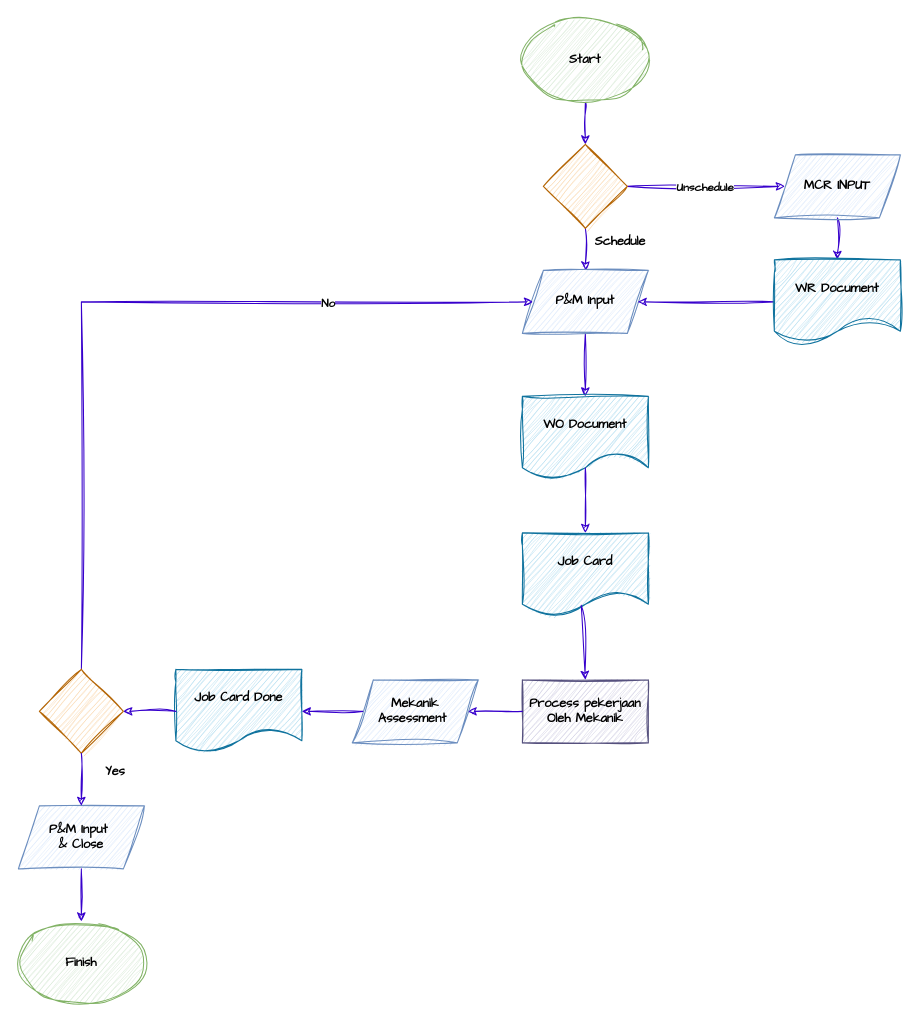
Above: flowchart WO.drawio in ignafransdstn/social (draw.io), before the change. Source tidied: cells renumbered, new cells numbered last; positions are measured from the earlier drawing's top-left corner, leaving out a move shared by most shapes. Both pictures are drawn from the tidied source at 105%, with x=0, y=0 at pixel (18, 18).
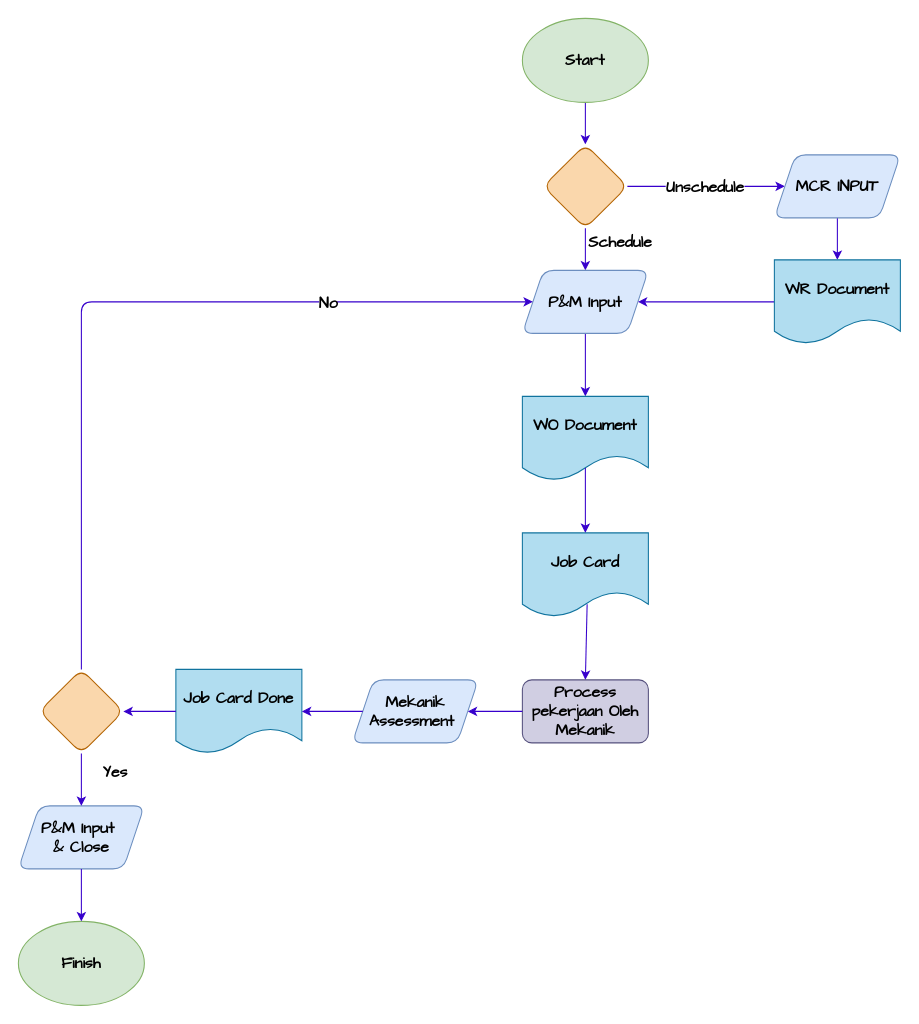
Above is the later version.

What changed in the source:
```diff
@@
-    <mxCell id="2" style="edgeStyle=orthogonalEdgeStyle;rounded=0;sketch=1;hachureGap=4;jiggle=2;curveFitting=1;jettySize=auto;html=1;exitX=0.5;exitY=1;exitDx=0;exitDy=0;entryX=0.5;entryY=0;entryDx=0;entryDy=0;fontFamily=Architects Daughter;fillColor=#6a00ff;strokeColor=#3700CC;" parent="1" edge="1" source="3" target="7">
+    <mxCell id="2" style="edgeStyle=orthogonalEdgeStyle;rounded=1;hachureGap=4;jettySize=auto;html=1;exitX=0.5;exitY=1;exitDx=0;exitDy=0;entryX=0.5;entryY=0;entryDx=0;entryDy=0;fontFamily=Architects Daughter;fillColor=#6a00ff;strokeColor=#3700CC;fontSize=15;" parent="1" edge="1" source="3" target="7">
       <mxGeometry relative="1" as="geometry" />
     </mxCell>
-    <mxCell id="3" value="&lt;b&gt;Start&lt;/b&gt;" style="ellipse;whiteSpace=wrap;html=1;sketch=1;hachureGap=4;jiggle=2;curveFitting=1;fontFamily=Architects Daughter;fillColor=#d5e8d4;strokeColor=#82b366;" parent="1" vertex="1">
+    <mxCell id="3" value="&lt;b style=&quot;font-size: 15px;&quot;&gt;Start&lt;/b&gt;" style="ellipse;whiteSpace=wrap;html=1;hachureGap=4;fontFamily=Architects Daughter;fillColor=#d5e8d4;strokeColor=#82b366;rounded=1;fontSize=15;" parent="1" vertex="1">
       <mxGeometry x="480" width="120" height="80" as="geometry" />
     </mxCell>
-    <mxCell id="4" style="edgeStyle=orthogonalEdgeStyle;rounded=0;sketch=1;hachureGap=4;jiggle=2;curveFitting=1;jettySize=auto;html=1;exitX=1;exitY=0.5;exitDx=0;exitDy=0;entryX=0;entryY=0.5;entryDx=0;entryDy=0;fontFamily=Architects Daughter;fillColor=#6a00ff;strokeColor=#3700CC;" parent="1" edge="1" source="7" target="10">
+    <mxCell id="4" style="edgeStyle=orthogonalEdgeStyle;rounded=1;hachureGap=4;jettySize=auto;html=1;exitX=1;exitY=0.5;exitDx=0;exitDy=0;entryX=0;entryY=0.5;entryDx=0;entryDy=0;fontFamily=Architects Daughter;fillColor=#6a00ff;strokeColor=#3700CC;fontSize=15;" parent="1" edge="1" source="7" target="10">
       <mxGeometry relative="1" as="geometry" />
     </mxCell>
-    <mxCell id="5" value="&lt;b&gt;Unschedule&lt;/b&gt;" style="edgeLabel;html=1;align=center;verticalAlign=middle;sketch=1;hachureGap=4;jiggle=2;curveFitting=1;fontFamily=Architects Daughter;" parent="4" vertex="1">
+    <mxCell id="5" value="&lt;b style=&quot;font-size: 15px;&quot;&gt;Unschedule&lt;/b&gt;" style="edgeLabel;html=1;align=center;verticalAlign=middle;hachureGap=4;fontFamily=Architects Daughter;rounded=1;fontSize=15;" parent="4" vertex="1">
       <mxGeometry x="-0.35" y="-3" relative="1" as="geometry">
         <mxPoint x="24" y="-3" as="offset" />
       </mxGeometry>
     </mxCell>
-    <mxCell id="6" style="edgeStyle=orthogonalEdgeStyle;rounded=0;sketch=1;hachureGap=4;jiggle=2;curveFitting=1;jettySize=auto;html=1;exitX=0.5;exitY=1;exitDx=0;exitDy=0;entryX=0.5;entryY=0;entryDx=0;entryDy=0;fontFamily=Architects Daughter;fillColor=#6a00ff;strokeColor=#3700CC;" parent="1" edge="1" source="7" target="12">
+    <mxCell id="6" style="edgeStyle=orthogonalEdgeStyle;rounded=1;hachureGap=4;jettySize=auto;html=1;exitX=0.5;exitY=1;exitDx=0;exitDy=0;entryX=0.5;entryY=0;entryDx=0;entryDy=0;fontFamily=Architects Daughter;fillColor=#6a00ff;strokeColor=#3700CC;fontSize=15;" parent="1" edge="1" source="7" target="12">
       <mxGeometry relative="1" as="geometry" />
     </mxCell>
-    <mxCell id="7" style="rhombus;whiteSpace=wrap;html=1;sketch=1;hachureGap=4;jiggle=2;curveFitting=1;fontFamily=Architects Daughter;fillColor=#fad7ac;strokeColor=#b46504;" parent="1" vertex="1">
+    <mxCell id="7" style="rhombus;whiteSpace=wrap;html=1;hachureGap=4;fontFamily=Architects Daughter;fillColor=#fad7ac;strokeColor=#b46504;rounded=1;fontSize=15;" parent="1" vertex="1">
       <mxGeometry x="500" y="120" width="80" height="80" as="geometry" />
     </mxCell>
-    <mxCell id="8" value="&lt;b&gt;Process pekerjaan Oleh Mekanik&lt;/b&gt;" style="rounded=0;whiteSpace=wrap;html=1;sketch=1;hachureGap=4;jiggle=2;curveFitting=1;fontFamily=Architects Daughter;fillColor=#d0cee2;strokeColor=#56517e;" parent="1" vertex="1">
+    <mxCell id="8" value="&lt;b style=&quot;font-size: 15px;&quot;&gt;Process pekerjaan Oleh Mekanik&lt;/b&gt;" style="rounded=1;whiteSpace=wrap;html=1;hachureGap=4;fontFamily=Architects Daughter;fillColor=#d0cee2;strokeColor=#56517e;fontSize=15;" parent="1" vertex="1">
       <mxGeometry x="480" y="630" width="120" height="60" as="geometry" />
     </mxCell>
-    <mxCell id="9" style="edgeStyle=orthogonalEdgeStyle;rounded=0;sketch=1;hachureGap=4;jiggle=2;curveFitting=1;jettySize=auto;html=1;exitX=0.5;exitY=1;exitDx=0;exitDy=0;entryX=0.5;entryY=0;entryDx=0;entryDy=0;fontFamily=Architects Daughter;fillColor=#6a00ff;strokeColor=#3700CC;" parent="1" edge="1" source="10" target="14">
+    <mxCell id="9" style="edgeStyle=orthogonalEdgeStyle;rounded=1;hachureGap=4;jettySize=auto;html=1;exitX=0.5;exitY=1;exitDx=0;exitDy=0;entryX=0.5;entryY=0;entryDx=0;entryDy=0;fontFamily=Architects Daughter;fillColor=#6a00ff;strokeColor=#3700CC;fontSize=15;" parent="1" edge="1" source="10" target="14">
       <mxGeometry relative="1" as="geometry" />
     </mxCell>
-    <mxCell id="10" value="&lt;b&gt;MCR INPUT&lt;/b&gt;" style="shape=parallelogram;perimeter=parallelogramPerimeter;whiteSpace=wrap;html=1;fixedSize=1;sketch=1;hachureGap=4;jiggle=2;curveFitting=1;fontFamily=Architects Daughter;fillColor=#dae8fc;strokeColor=#6c8ebf;" parent="1" vertex="1">
+    <mxCell id="10" value="&lt;b style=&quot;font-size: 15px;&quot;&gt;MCR INPUT&lt;/b&gt;" style="shape=parallelogram;perimeter=parallelogramPerimeter;whiteSpace=wrap;html=1;fixedSize=1;hachureGap=4;fontFamily=Architects Daughter;fillColor=#dae8fc;strokeColor=#6c8ebf;rounded=1;fontSize=15;" parent="1" vertex="1">
       <mxGeometry x="720" y="130" width="120" height="60" as="geometry" />
     </mxCell>
-    <mxCell id="11" style="edgeStyle=orthogonalEdgeStyle;rounded=0;sketch=1;hachureGap=4;jiggle=2;curveFitting=1;jettySize=auto;html=1;exitX=0.5;exitY=1;exitDx=0;exitDy=0;entryX=0.5;entryY=0;entryDx=0;entryDy=0;fontFamily=Architects Daughter;fillColor=#6a00ff;strokeColor=#3700CC;" parent="1" edge="1" source="12" target="15">
+    <mxCell id="11" style="edgeStyle=orthogonalEdgeStyle;rounded=1;hachureGap=4;jettySize=auto;html=1;exitX=0.5;exitY=1;exitDx=0;exitDy=0;entryX=0.5;entryY=0;entryDx=0;entryDy=0;fontFamily=Architects Daughter;fillColor=#6a00ff;strokeColor=#3700CC;fontSize=15;" parent="1" edge="1" source="12" target="15">
       <mxGeometry relative="1" as="geometry" />
     </mxCell>
-    <mxCell id="12" value="&lt;b&gt;P&amp;amp;M Input&lt;/b&gt;" style="shape=parallelogram;perimeter=parallelogramPerimeter;whiteSpace=wrap;html=1;fixedSize=1;sketch=1;hachureGap=4;jiggle=2;curveFitting=1;fontFamily=Architects Daughter;fillColor=#dae8fc;strokeColor=#6c8ebf;" parent="1" vertex="1">
+    <mxCell id="12" value="&lt;b style=&quot;font-size: 15px;&quot;&gt;P&amp;amp;M Input&lt;/b&gt;" style="shape=parallelogram;perimeter=parallelogramPerimeter;whiteSpace=wrap;html=1;fixedSize=1;hachureGap=4;fontFamily=Architects Daughter;fillColor=#dae8fc;strokeColor=#6c8ebf;rounded=1;fontSize=15;" parent="1" vertex="1">
       <mxGeometry x="480" y="240" width="120" height="60" as="geometry" />
     </mxCell>
-    <mxCell id="13" style="edgeStyle=orthogonalEdgeStyle;rounded=0;sketch=1;hachureGap=4;jiggle=2;curveFitting=1;jettySize=auto;html=1;exitX=0;exitY=0.5;exitDx=0;exitDy=0;entryX=1;entryY=0.5;entryDx=0;entryDy=0;fontFamily=Architects Daughter;fillColor=#6a00ff;strokeColor=#3700CC;" parent="1" edge="1" source="14" target="12">
+    <mxCell id="13" style="edgeStyle=orthogonalEdgeStyle;rounded=1;hachureGap=4;jettySize=auto;html=1;exitX=0;exitY=0.5;exitDx=0;exitDy=0;entryX=1;entryY=0.5;entryDx=0;entryDy=0;fontFamily=Architects Daughter;fillColor=#6a00ff;strokeColor=#3700CC;fontSize=15;" parent="1" edge="1" source="14" target="12">
       <mxGeometry relative="1" as="geometry" />
     </mxCell>
-    <mxCell id="14" value="&lt;b&gt;WR Document&lt;/b&gt;" style="shape=document;whiteSpace=wrap;html=1;boundedLbl=1;sketch=1;hachureGap=4;jiggle=2;curveFitting=1;fontFamily=Architects Daughter;fillColor=#b1ddf0;strokeColor=#10739e;" parent="1" vertex="1">
+    <mxCell id="14" value="&lt;b style=&quot;font-size: 15px;&quot;&gt;WR Document&lt;/b&gt;" style="shape=document;whiteSpace=wrap;html=1;boundedLbl=1;hachureGap=4;fontFamily=Architects Daughter;fillColor=#b1ddf0;strokeColor=#10739e;rounded=1;fontSize=15;" parent="1" vertex="1">
       <mxGeometry x="720" y="230" width="120" height="80" as="geometry" />
     </mxCell>
-    <mxCell id="15" value="&lt;b&gt;WO Document&lt;/b&gt;" style="shape=document;whiteSpace=wrap;html=1;boundedLbl=1;sketch=1;hachureGap=4;jiggle=2;curveFitting=1;fontFamily=Architects Daughter;fillColor=#b1ddf0;strokeColor=#10739e;" parent="1" vertex="1">
+    <mxCell id="15" value="&lt;b style=&quot;font-size: 15px;&quot;&gt;WO Document&lt;/b&gt;" style="shape=document;whiteSpace=wrap;html=1;boundedLbl=1;hachureGap=4;fontFamily=Architects Daughter;fillColor=#b1ddf0;strokeColor=#10739e;rounded=1;fontSize=15;" parent="1" vertex="1">
       <mxGeometry x="480" y="360" width="120" height="80" as="geometry" />
     </mxCell>
-    <mxCell id="16" value="&lt;b&gt;Job Card&lt;/b&gt;" style="shape=document;whiteSpace=wrap;html=1;boundedLbl=1;sketch=1;hachureGap=4;jiggle=2;curveFitting=1;fontFamily=Architects Daughter;fillColor=#b1ddf0;strokeColor=#10739e;" parent="1" vertex="1">
+    <mxCell id="16" value="&lt;b style=&quot;font-size: 15px;&quot;&gt;Job Card&lt;/b&gt;" style="shape=document;whiteSpace=wrap;html=1;boundedLbl=1;hachureGap=4;fontFamily=Architects Daughter;fillColor=#b1ddf0;strokeColor=#10739e;rounded=1;fontSize=15;" parent="1" vertex="1">
       <mxGeometry x="480" y="490" width="120" height="80" as="geometry" />
     </mxCell>
-    <mxCell id="17" style="edgeStyle=orthogonalEdgeStyle;rounded=0;sketch=1;hachureGap=4;jiggle=2;curveFitting=1;jettySize=auto;html=1;entryX=0;entryY=0.5;entryDx=0;entryDy=0;fontFamily=Architects Daughter;fillColor=#6a00ff;strokeColor=#3700CC;fontStyle=1;exitX=0.5;exitY=0;exitDx=0;exitDy=0;" parent="1" edge="1" source="19" target="12">
+    <mxCell id="17" style="edgeStyle=orthogonalEdgeStyle;rounded=1;hachureGap=4;jettySize=auto;html=1;entryX=0;entryY=0.5;entryDx=0;entryDy=0;fontFamily=Architects Daughter;fillColor=#6a00ff;strokeColor=#3700CC;fontStyle=1;exitX=0.5;exitY=0;exitDx=0;exitDy=0;fontSize=15;" parent="1" edge="1" source="19" target="12">
       <mxGeometry relative="1" as="geometry">
         <Array as="points">
           <mxPoint x="60" y="270" />
         </Array>
       </mxGeometry>
     </mxCell>
-    <mxCell id="18" value="No" style="edgeLabel;html=1;align=center;verticalAlign=middle;sketch=1;hachureGap=4;jiggle=2;curveFitting=1;fontFamily=Architects Daughter;fontStyle=1;" parent="17" vertex="1">
+    <mxCell id="18" value="No" style="edgeLabel;html=1;align=center;verticalAlign=middle;hachureGap=4;fontFamily=Architects Daughter;fontStyle=1;rounded=1;fontSize=15;" parent="17" vertex="1">
       <mxGeometry x="0.72" relative="1" as="geometry">
         <mxPoint x="-87" as="offset" />
       </mxGeometry>
     </mxCell>
-    <mxCell id="19" style="rhombus;whiteSpace=wrap;html=1;sketch=1;hachureGap=4;jiggle=2;curveFitting=1;fontFamily=Architects Daughter;fillColor=#fad7ac;strokeColor=#b46504;" parent="1" vertex="1">
+    <mxCell id="19" style="rhombus;whiteSpace=wrap;html=1;hachureGap=4;fontFamily=Architects Daughter;fillColor=#fad7ac;strokeColor=#b46504;rounded=1;fontSize=15;" parent="1" vertex="1">
       <mxGeometry x="20" y="620" width="80" height="80" as="geometry" />
     </mxCell>
-    <mxCell id="20" style="endArrow=classic;html=1;rounded=0;sketch=1;hachureGap=4;jiggle=2;curveFitting=1;fontFamily=Architects Daughter;exitX=0.467;exitY=0.863;exitDx=0;exitDy=0;exitPerimeter=0;entryX=0.5;entryY=0;entryDx=0;entryDy=0;fillColor=#6a00ff;strokeColor=#3700CC;" parent="1" edge="1" source="16" target="8">
+    <mxCell id="20" style="endArrow=classic;html=1;rounded=1;hachureGap=4;fontFamily=Architects Daughter;exitX=0.514;exitY=0.85;exitDx=0;exitDy=0;exitPerimeter=0;entryX=0.5;entryY=0;entryDx=0;entryDy=0;fillColor=#6a00ff;strokeColor=#3700CC;fontSize=15;" parent="1" edge="1" source="16" target="8">
       <mxGeometry relative="1" as="geometry" />
     </mxCell>
-    <mxCell id="21" style="endArrow=classic;html=1;rounded=0;sketch=1;hachureGap=4;jiggle=2;curveFitting=1;fontFamily=Architects Daughter;exitX=0.5;exitY=0.854;exitDx=0;exitDy=0;exitPerimeter=0;entryX=0.5;entryY=0;entryDx=0;entryDy=0;fillColor=#6a00ff;strokeColor=#3700CC;" parent="1" edge="1" source="15" target="16">
+    <mxCell id="21" style="endArrow=classic;html=1;rounded=1;hachureGap=4;fontFamily=Architects Daughter;exitX=0.5;exitY=0.854;exitDx=0;exitDy=0;exitPerimeter=0;entryX=0.5;entryY=0;entryDx=0;entryDy=0;fillColor=#6a00ff;strokeColor=#3700CC;fontSize=15;" parent="1" edge="1" source="15" target="16">
       <mxGeometry relative="1" as="geometry" />
     </mxCell>
-    <mxCell id="22" value="&lt;b&gt;Finish&lt;/b&gt;" style="ellipse;whiteSpace=wrap;html=1;sketch=1;hachureGap=4;jiggle=2;curveFitting=1;fontFamily=Architects Daughter;fillColor=#d5e8d4;strokeColor=#82b366;" parent="1" vertex="1">
+    <mxCell id="22" value="&lt;b style=&quot;font-size: 15px;&quot;&gt;Finish&lt;/b&gt;" style="ellipse;whiteSpace=wrap;html=1;hachureGap=4;fontFamily=Architects Daughter;fillColor=#d5e8d4;strokeColor=#82b366;rounded=1;fontSize=15;" parent="1" vertex="1">
       <mxGeometry y="860" width="120" height="80" as="geometry" />
     </mxCell>
-    <mxCell id="23" value="&lt;b&gt;Schedule&lt;/b&gt;" style="text;html=1;align=center;verticalAlign=middle;strokeColor=none;fillColor=none;fontFamily=Architects Daughter;" parent="1" vertex="1">
-      <mxGeometry x="538" y="198" width="70" height="30" as="geometry" />
+    <mxCell id="23" value="&lt;b style=&quot;font-size: 15px;&quot;&gt;Schedule&lt;/b&gt;" style="text;html=1;align=center;verticalAlign=middle;strokeColor=none;fillColor=none;fontFamily=Architects Daughter;rounded=1;fontSize=15;" parent="1" vertex="1">
+      <mxGeometry x="533" y="198" width="80" height="30" as="geometry" />
     </mxCell>
-    <mxCell id="24" value="&lt;b&gt;Yes&lt;/b&gt;" style="text;html=1;align=center;verticalAlign=middle;strokeColor=none;fillColor=none;fontFamily=Architects Daughter;" parent="1" vertex="1">
-      <mxGeometry x="72" y="703" width="40" height="30" as="geometry" />
+    <mxCell id="24" value="&lt;b style=&quot;font-size: 15px;&quot;&gt;Yes&lt;/b&gt;" style="text;html=1;align=center;verticalAlign=middle;strokeColor=none;fillColor=none;fontFamily=Architects Daughter;rounded=1;fontSize=15;" parent="1" vertex="1">
+      <mxGeometry x="67" y="703" width="50" height="30" as="geometry" />
     </mxCell>
-    <mxCell id="25" value="&lt;b&gt;Job Card Done&lt;/b&gt;" style="shape=document;whiteSpace=wrap;html=1;boundedLbl=1;sketch=1;hachureGap=4;jiggle=2;curveFitting=1;fontFamily=Architects Daughter;fillColor=#b1ddf0;strokeColor=#10739e;" parent="1" vertex="1">
+    <mxCell id="25" value="&lt;b style=&quot;font-size: 15px;&quot;&gt;Job Card Done&lt;/b&gt;" style="shape=document;whiteSpace=wrap;html=1;boundedLbl=1;hachureGap=4;fontFamily=Architects Daughter;fillColor=#b1ddf0;strokeColor=#10739e;rounded=1;fontSize=15;" parent="1" vertex="1">
       <mxGeometry x="150" y="620" width="120" height="80" as="geometry" />
     </mxCell>
-    <mxCell id="26" style="edgeStyle=orthogonalEdgeStyle;rounded=0;sketch=1;hachureGap=4;jiggle=2;curveFitting=1;jettySize=auto;html=1;exitX=0;exitY=0.5;exitDx=0;exitDy=0;fontFamily=Architects Daughter;fillColor=#6a00ff;strokeColor=#3700CC;entryX=1;entryY=0.5;entryDx=0;entryDy=0;" parent="1" edge="1" source="8" target="27">
+    <mxCell id="26" style="edgeStyle=orthogonalEdgeStyle;rounded=1;hachureGap=4;jettySize=auto;html=1;exitX=0;exitY=0.5;exitDx=0;exitDy=0;fontFamily=Architects Daughter;fillColor=#6a00ff;strokeColor=#3700CC;entryX=1;entryY=0.5;entryDx=0;entryDy=0;fontSize=15;" parent="1" edge="1" source="8" target="27">
       <mxGeometry relative="1" as="geometry" />
     </mxCell>
-    <mxCell id="27" value="&lt;b&gt;Mekanik Assessment&amp;nbsp;&lt;/b&gt;" style="shape=parallelogram;perimeter=parallelogramPerimeter;whiteSpace=wrap;html=1;fixedSize=1;sketch=1;hachureGap=4;jiggle=2;curveFitting=1;fontFamily=Architects Daughter;fillColor=#dae8fc;strokeColor=#6c8ebf;" parent="1" vertex="1">
+    <mxCell id="27" value="&lt;b style=&quot;font-size: 15px;&quot;&gt;Mekanik Assessment&amp;nbsp;&lt;/b&gt;" style="shape=parallelogram;perimeter=parallelogramPerimeter;whiteSpace=wrap;html=1;fixedSize=1;hachureGap=4;fontFamily=Architects Daughter;fillColor=#dae8fc;strokeColor=#6c8ebf;rounded=1;fontSize=15;" parent="1" vertex="1">
       <mxGeometry x="318" y="630" width="120" height="60" as="geometry" />
     </mxCell>
-    <mxCell id="28" value="&lt;b&gt;P&amp;amp;M Input&amp;nbsp;&lt;/b&gt;&lt;div&gt;&lt;b&gt;&amp;amp; Close&lt;/b&gt;&lt;/div&gt;" style="shape=parallelogram;perimeter=parallelogramPerimeter;whiteSpace=wrap;html=1;fixedSize=1;sketch=1;hachureGap=4;jiggle=2;curveFitting=1;fontFamily=Architects Daughter;fillColor=#dae8fc;strokeColor=#6c8ebf;align=center;" parent="1" vertex="1">
+    <mxCell id="28" value="&lt;b style=&quot;font-size: 15px;&quot;&gt;P&amp;amp;M Input&amp;nbsp;&lt;/b&gt;&lt;div style=&quot;font-size: 15px;&quot;&gt;&lt;b style=&quot;font-size: 15px;&quot;&gt;&amp;amp; Close&lt;/b&gt;&lt;/div&gt;" style="shape=parallelogram;perimeter=parallelogramPerimeter;whiteSpace=wrap;html=1;fixedSize=1;hachureGap=4;fontFamily=Architects Daughter;fillColor=#dae8fc;strokeColor=#6c8ebf;align=center;rounded=1;fontSize=15;" parent="1" vertex="1">
       <mxGeometry y="750" width="120" height="60" as="geometry" />
     </mxCell>
-    <mxCell id="29" style="edgeStyle=orthogonalEdgeStyle;rounded=0;sketch=1;hachureGap=4;jiggle=2;curveFitting=1;jettySize=auto;html=1;exitX=0;exitY=0.5;exitDx=0;exitDy=0;fontFamily=Architects Daughter;fillColor=#6a00ff;strokeColor=#3700CC;entryX=1;entryY=0.5;entryDx=0;entryDy=0;" parent="1" edge="1" source="27" target="25">
+    <mxCell id="29" style="edgeStyle=orthogonalEdgeStyle;rounded=1;hachureGap=4;jettySize=auto;html=1;exitX=0;exitY=0.5;exitDx=0;exitDy=0;fontFamily=Architects Daughter;fillColor=#6a00ff;strokeColor=#3700CC;entryX=1;entryY=0.5;entryDx=0;entryDy=0;fontSize=15;" parent="1" edge="1" source="27" target="25">
       <mxGeometry relative="1" as="geometry" />
     </mxCell>
-    <mxCell id="30" style="edgeStyle=orthogonalEdgeStyle;rounded=0;sketch=1;hachureGap=4;jiggle=2;curveFitting=1;jettySize=auto;html=1;exitX=0;exitY=0.5;exitDx=0;exitDy=0;fontFamily=Architects Daughter;fillColor=#6a00ff;strokeColor=#3700CC;entryX=1;entryY=0.5;entryDx=0;entryDy=0;" parent="1" edge="1" source="25" target="19">
+    <mxCell id="30" style="edgeStyle=orthogonalEdgeStyle;rounded=1;hachureGap=4;jettySize=auto;html=1;exitX=0;exitY=0.5;exitDx=0;exitDy=0;fontFamily=Architects Daughter;fillColor=#6a00ff;strokeColor=#3700CC;entryX=1;entryY=0.5;entryDx=0;entryDy=0;fontSize=15;" parent="1" edge="1" source="25" target="19">
       <mxGeometry relative="1" as="geometry" />
     </mxCell>
-    <mxCell id="31" style="endArrow=classic;html=1;rounded=0;sketch=1;hachureGap=4;jiggle=2;curveFitting=1;fontFamily=Architects Daughter;exitX=0.5;exitY=1;exitDx=0;exitDy=0;entryX=0.5;entryY=0;entryDx=0;entryDy=0;fillColor=#6a00ff;strokeColor=#3700CC;" parent="1" edge="1" source="19" target="28">
+    <mxCell id="31" style="endArrow=classic;html=1;rounded=1;hachureGap=4;fontFamily=Architects Daughter;exitX=0.5;exitY=1;exitDx=0;exitDy=0;entryX=0.5;entryY=0;entryDx=0;entryDy=0;fillColor=#6a00ff;strokeColor=#3700CC;fontSize=15;" parent="1" edge="1" source="19" target="28">
       <mxGeometry relative="1" as="geometry" />
     </mxCell>
-    <mxCell id="32" style="endArrow=classic;html=1;rounded=0;sketch=1;hachureGap=4;jiggle=2;curveFitting=1;fontFamily=Architects Daughter;exitX=0.5;exitY=1;exitDx=0;exitDy=0;entryX=0.5;entryY=0;entryDx=0;entryDy=0;fillColor=#6a00ff;strokeColor=#3700CC;" parent="1" edge="1" source="28" target="22">
+    <mxCell id="32" style="endArrow=classic;html=1;rounded=1;hachureGap=4;fontFamily=Architects Daughter;exitX=0.5;exitY=1;exitDx=0;exitDy=0;entryX=0.5;entryY=0;entryDx=0;entryDy=0;fillColor=#6a00ff;strokeColor=#3700CC;fontSize=15;" parent="1" edge="1" source="28" target="22">
       <mxGeometry relative="1" as="geometry" />
     </mxCell>
```
